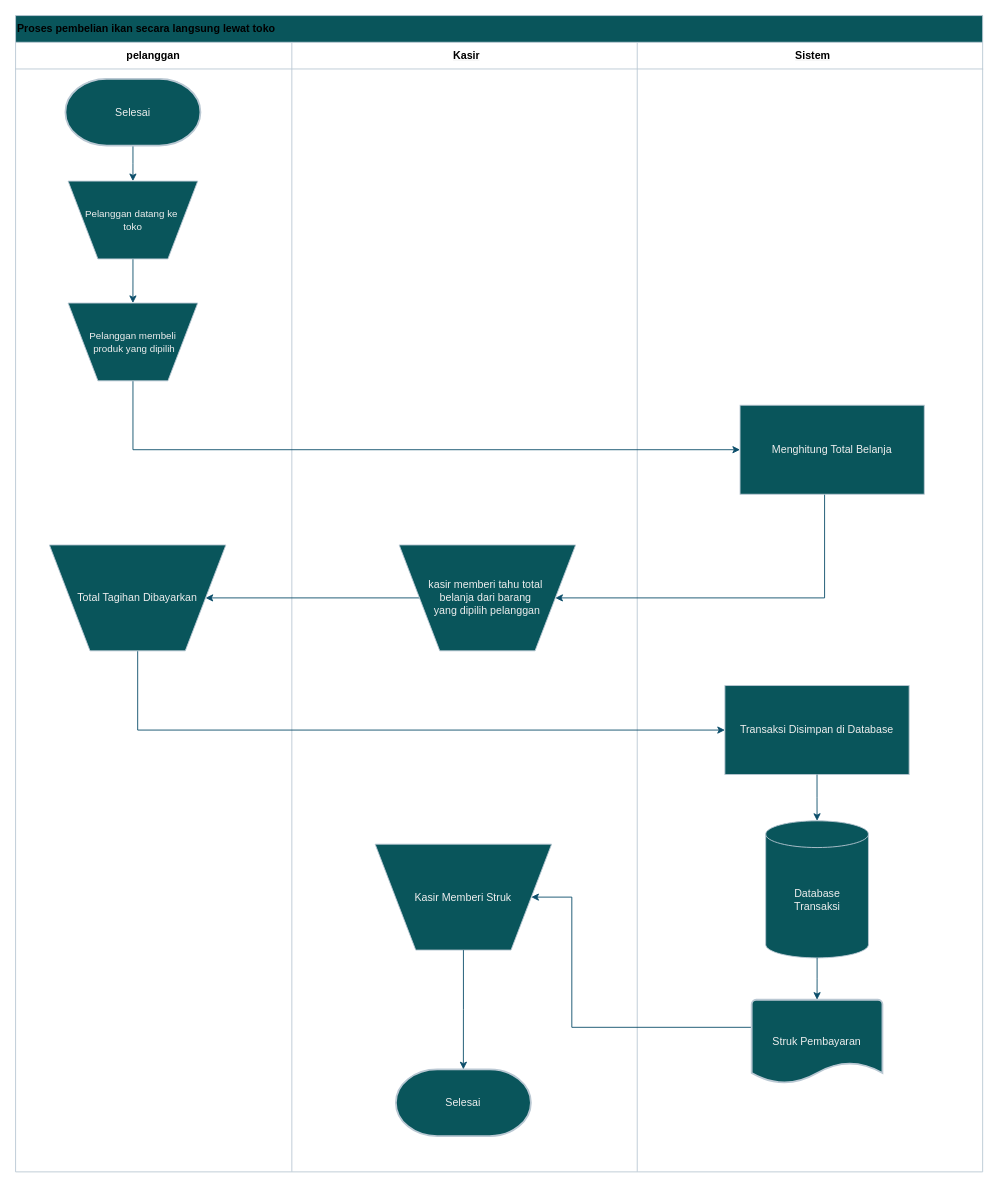
Earlier version of the draw.io diagram ikan langsung .drawio (shinoaaa/drawio). Source tidied: cells renumbered, new cells numbered last; positions are measured from the earlier drawing's top-left corner, leaving out a move shared by most shapes. Both pictures are drawn from the tidied source at 89%, with x=0, y=0 at pixel (15, 15).
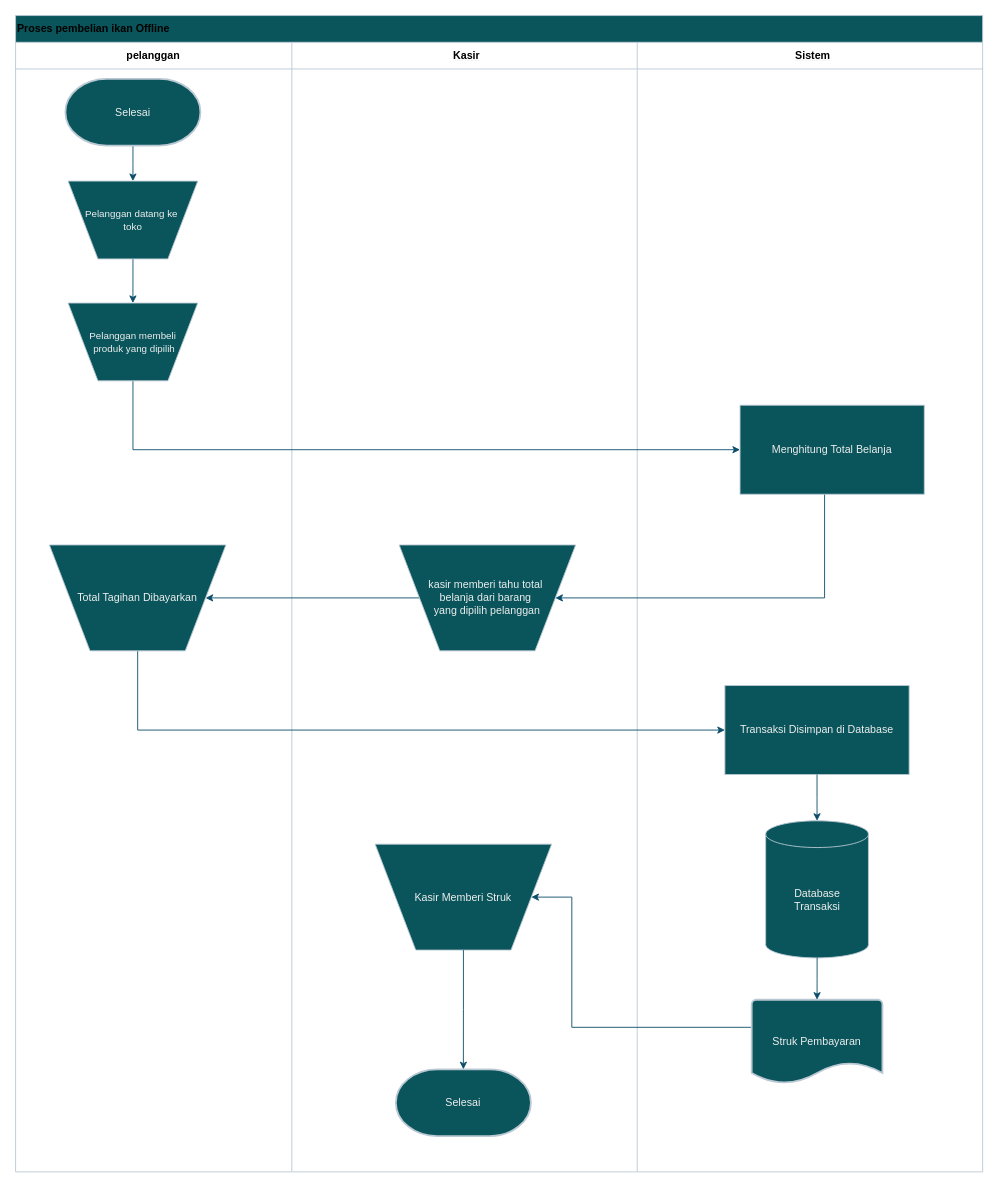
The same page after the edit.

Change to the diagram source:
```diff
@@
-    <mxCell id="2" value="&lt;font style=&quot;color: light-dark(rgb(0, 0, 0), rgb(252, 252, 252));&quot;&gt;Proses pembelian ikan secara langsung lewat toko&lt;/font&gt;" style="shape=table;startSize=30;childLayout=tableLayout;rowLines=0;fontStyle=1;align=left;html=1;strokeColor=#BAC8D3;labelBackgroundColor=none;fillColor=#09555B;fontColor=#EEEEEE;" parent="1" vertex="1">
+    <mxCell id="2" value="&lt;font style=&quot;color: light-dark(rgb(0, 0, 0), rgb(252, 252, 252));&quot;&gt;Proses pembelian ikan Offline&lt;/font&gt;" style="shape=table;startSize=30;childLayout=tableLayout;rowLines=0;fontStyle=1;align=left;html=1;strokeColor=#BAC8D3;labelBackgroundColor=none;fillColor=#09555B;fontColor=#EEEEEE;" parent="1" vertex="1">
       <mxGeometry width="1086.6" height="1299.2" as="geometry" />
     </mxCell>
```
